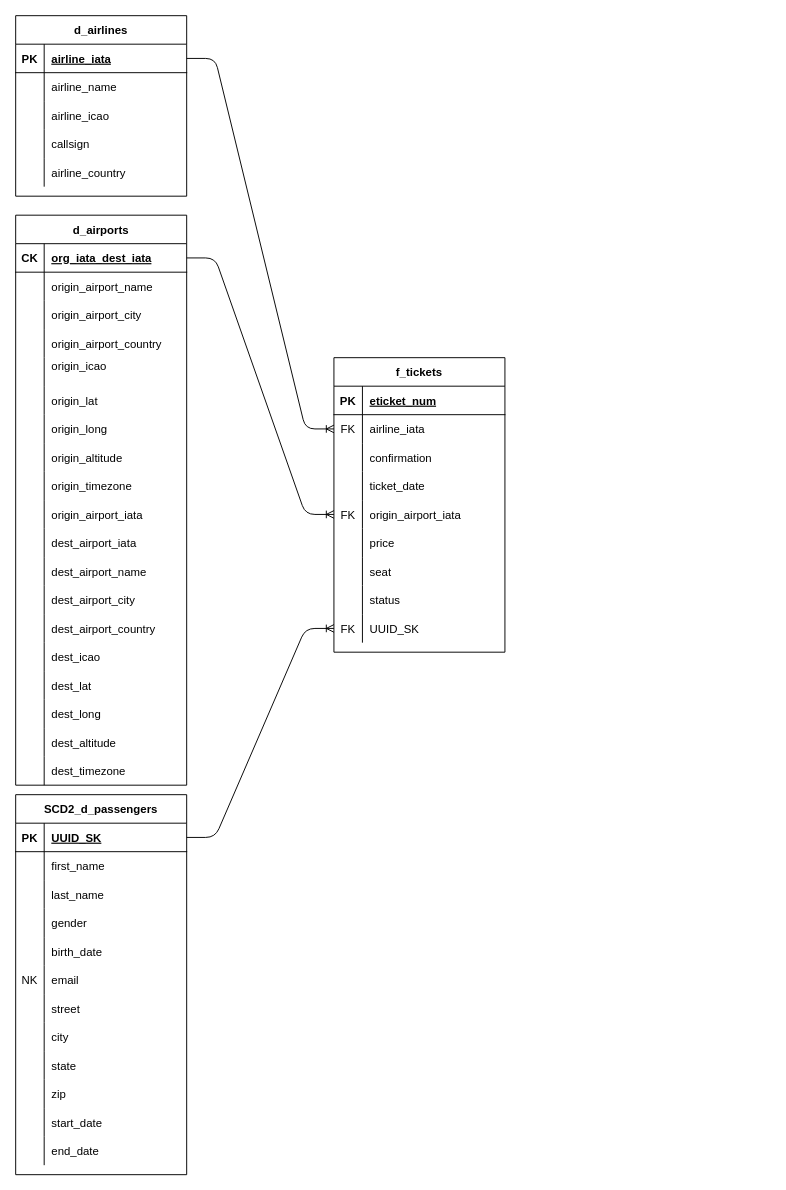
The draw.io diagram models/ticket_processor_model.drawio in Reed-Carter/Airport_Data_Model, before the edit. Source tidied: cells renumbered, new cells numbered last; positions are measured from the earlier drawing's top-left corner, leaving out a move shared by most shapes. Both pictures are drawn from the tidied source at 95%, with x=0, y=0 at pixel (15, 15).
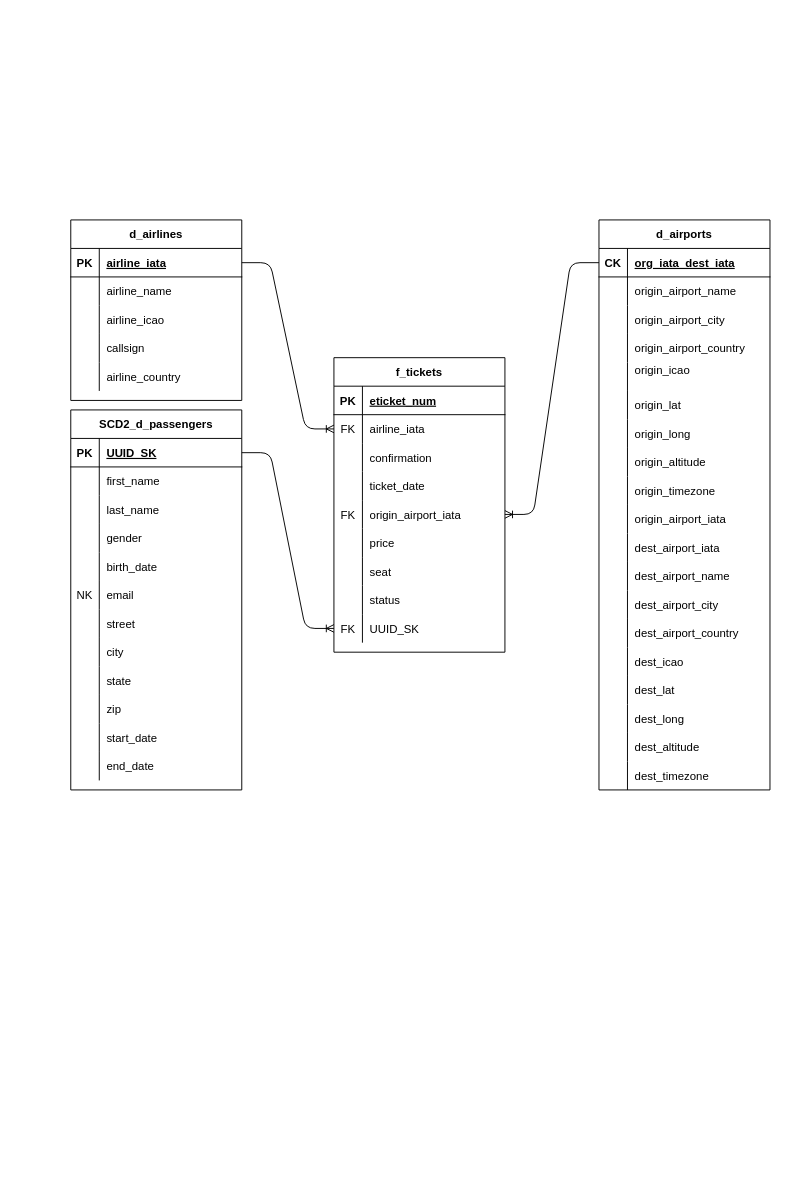
Above is the later version.

Commit message (it also covers changes not shown here):
complete draw.io diagrams

The change refers to these unchanged cells:
```xml
<mxCell id="3" style="shape=partialRectangle;fillColor=none;top=0;left=0;bottom=1;right=0;points=[[0,0.5],[1,0.5]];portConstraint=eastwest;" parent="2" vertex="1">
  <mxGeometry y="30" width="180" height="30" as="geometry" />
</mxCell>
<mxCell id="110" style="shape=partialRectangle;fillColor=none;top=0;left=0;bottom=0;right=0;points=[[0,0.5],[1,0.5]];portConstraint=eastwest;" parent="97" vertex="1">
  <mxGeometry y="150" width="180" height="30" as="geometry" />
</mxCell>
```

Change to the diagram source:
```diff
@@
     <mxCell id="2" value="d_airports" style="shape=table;startSize=30;childLayout=tableLayout;rowLines=0;fontStyle=1;align=center;" parent="1" vertex="1">
-      <mxGeometry y="210" width="180" height="600" as="geometry" />
+      <mxGeometry x="614" y="215" width="180" height="600" as="geometry" />
     </mxCell>
@@
     <mxCell id="60" value="SCD2_d_passengers" style="shape=table;startSize=30;childLayout=tableLayout;rowLines=0;fontStyle=1;align=center;" parent="1" vertex="1">
-      <mxGeometry y="820" width="180" height="400" as="geometry" />
+      <mxGeometry x="58" y="415" width="180" height="400" as="geometry" />
     </mxCell>
@@
     <mxCell id="125" value="d_airlines" style="shape=table;startSize=30;childLayout=tableLayout;rowLines=0;fontStyle=1;align=center;" parent="1" vertex="1">
-      <mxGeometry width="180" height="190" as="geometry" />
+      <mxGeometry x="58" y="215" width="180" height="190" as="geometry" />
     </mxCell>
@@
-    <mxCell id="143" style="edgeStyle=entityRelationEdgeStyle;fontSize=12;html=1;endArrow=ERoneToMany;exitX=1;exitY=0.5;exitDx=0;exitDy=0;entryX=0;entryY=0.5;entryDx=0;entryDy=0;" parent="1" edge="1" source="3" target="110">
+    <mxCell id="143" style="edgeStyle=entityRelationEdgeStyle;fontSize=12;html=1;endArrow=ERoneToMany;exitX=0;exitY=0.5;exitDx=0;exitDy=0;entryX=1;entryY=0.5;entryDx=0;entryDy=0;" parent="1" edge="1" source="3" target="110">
       <mxGeometry relative="1" as="geometry" />
     </mxCell>
```
